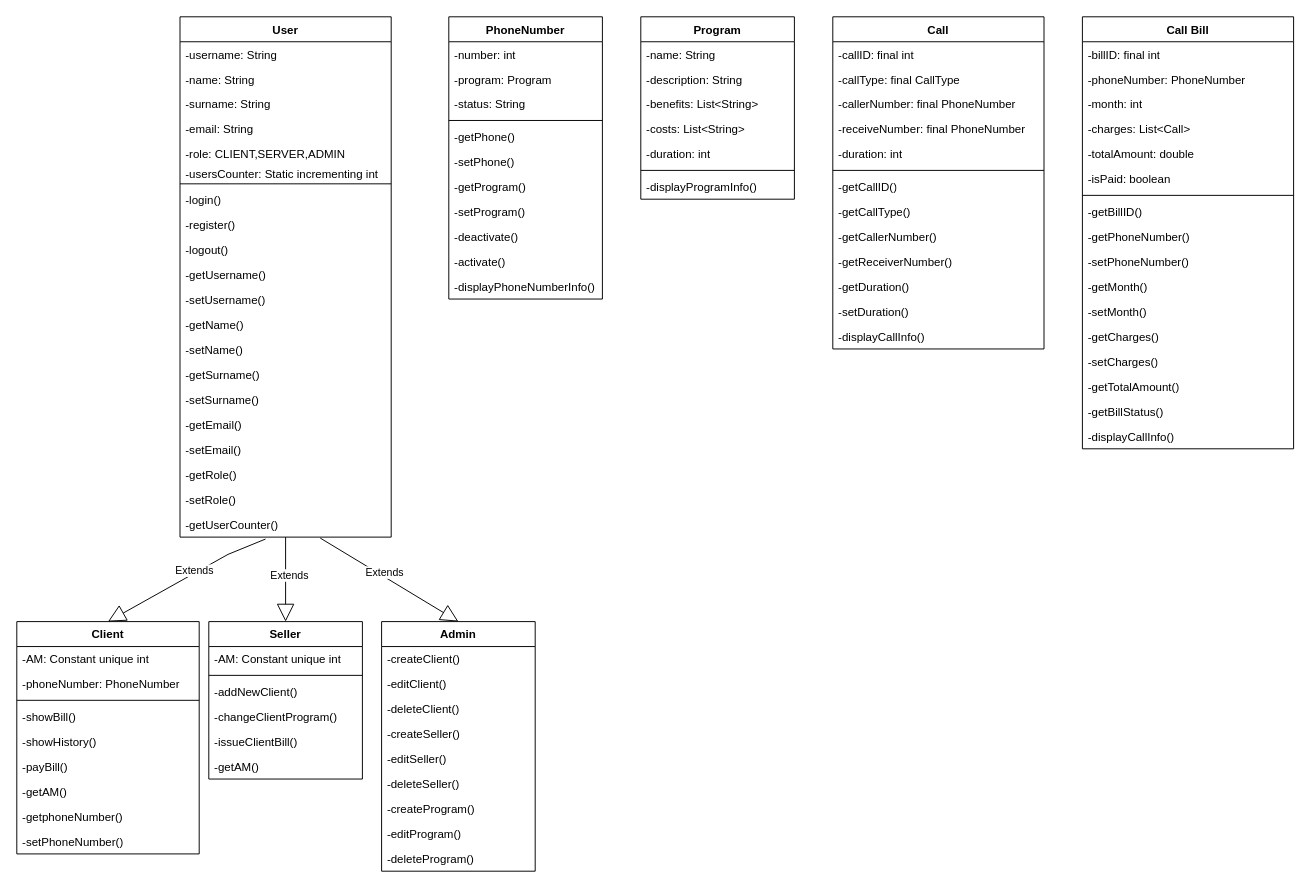
Above: Untitled Diagram.drawio in immabreakmyhead/java (draw.io), before the change. Source tidied: cells renumbered, new cells numbered last; positions are measured from the earlier drawing's top-left corner, leaving out a move shared by most shapes. Both pictures are drawn from the tidied source at 96%, with x=0, y=0 at pixel (16, 16).
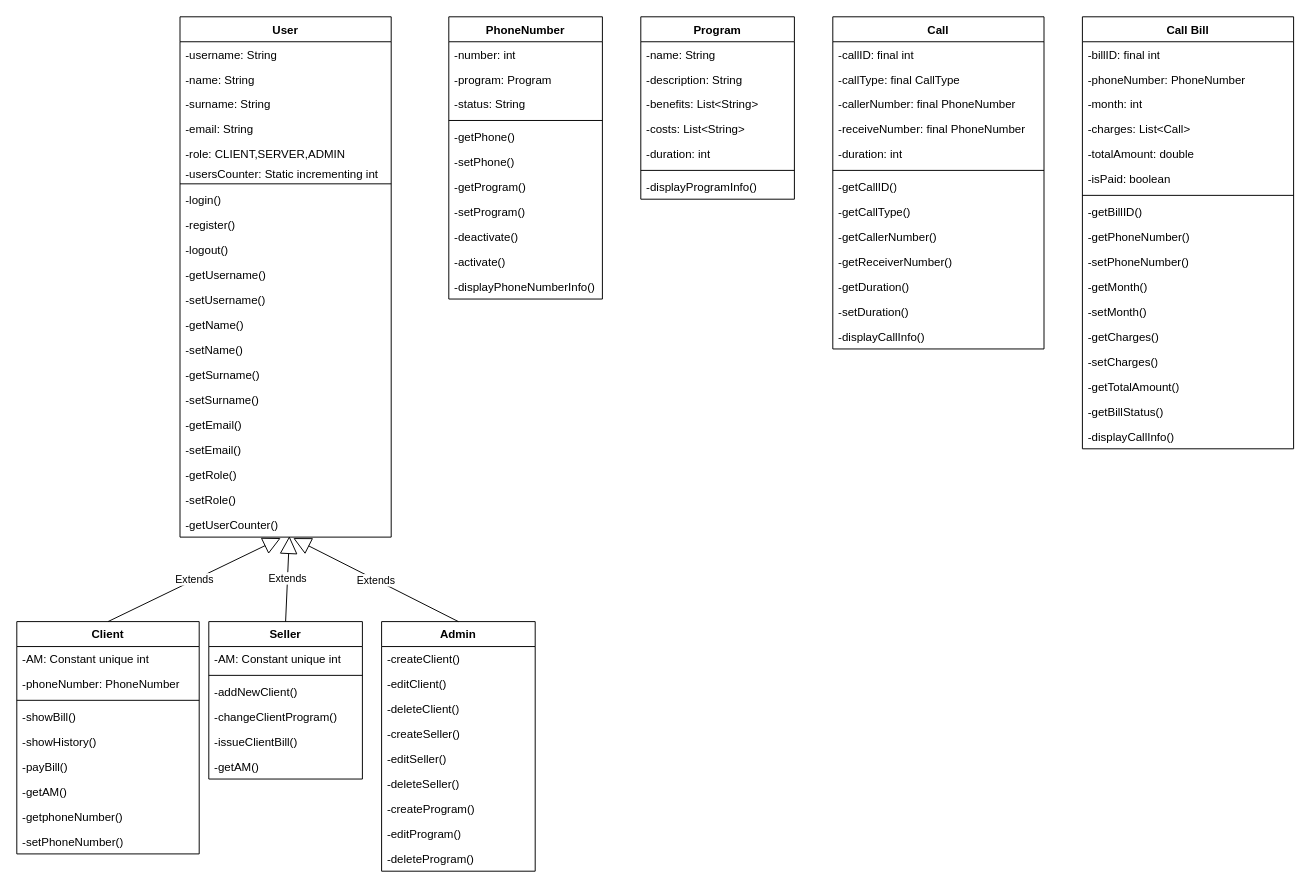
After the change.

The change refers to these unchanged cells:
```xml
<mxCell id="23" value="-getUserCounter()" style="text;strokeColor=none;fillColor=none;align=left;verticalAlign=top;spacingLeft=4;spacingRight=4;overflow=hidden;points=[[0,0.5],[1,0.5]];portConstraint=eastwest;whiteSpace=wrap;html=1;" parent="2" vertex="1">
  <mxGeometry y="516" width="220" height="26" as="geometry" />
</mxCell>
<mxCell id="24" value="Client" style="swimlane;fontStyle=1;align=center;verticalAlign=top;horizontal=1;startSize=26;whiteSpace=wrap;html=1;" parent="1" vertex="1">
  <mxGeometry y="630" width="190" height="242" as="geometry" />
</mxCell>
<mxCell id="35" value="Seller" style="swimlane;fontStyle=1;align=center;verticalAlign=top;horizontal=1;startSize=26;whiteSpace=wrap;html=1;" parent="1" vertex="1">
  <mxGeometry x="200" y="630" width="160" height="164" as="geometry" />
</mxCell>
<mxCell id="43" value="Admin" style="swimlane;fontStyle=1;align=center;verticalAlign=top;horizontal=1;startSize=26;whiteSpace=wrap;html=1;" parent="1" vertex="1">
  <mxGeometry x="380" y="630" width="160" height="260" as="geometry" />
</mxCell>
```

Change to the diagram source:
```diff
@@
-    <mxCell id="34" value="Extends" style="endArrow=block;endSize=16;endFill=0;html=1;rounded=0;entryX=0.5;entryY=0;entryDx=0;entryDy=0;exitX=0.405;exitY=1.077;exitDx=0;exitDy=0;exitPerimeter=0;" parent="1" edge="1" source="23" target="24">
-      <mxGeometry x="-0.13" y="-2" relative="1" as="geometry">
-        <Array as="points">
-          <mxPoint x="220" y="560" />
-        </Array>
-      </mxGeometry>
-    </mxCell>
@@
-    <mxCell id="42" value="Extends" style="endArrow=block;endSize=16;endFill=0;html=1;rounded=0;entryX=0.5;entryY=0;entryDx=0;entryDy=0;" parent="1" edge="1" source="23" target="35">
-      <mxGeometry x="-0.1" y="4" relative="1" as="geometry" />
-    </mxCell>
@@
-    <mxCell id="73" value="Extends" style="endArrow=block;endSize=16;endFill=0;html=1;rounded=0;entryX=0.5;entryY=0;entryDx=0;entryDy=0;exitX=0.664;exitY=1.038;exitDx=0;exitDy=0;exitPerimeter=0;" parent="1" edge="1" source="23" target="43">
-      <mxGeometry x="-0.1" y="4" relative="1" as="geometry" />
-    </mxCell>
@@
+    <mxCell id="106" value="Extends" style="endArrow=block;endSize=16;endFill=0;html=1;rounded=0;exitX=0.5;exitY=0;exitDx=0;exitDy=0;entryX=0.477;entryY=1.038;entryDx=0;entryDy=0;entryPerimeter=0;" parent="1" edge="1" source="24" target="23">
+      <mxGeometry relative="1" as="geometry" />
+    </mxCell>
+    <mxCell id="107" value="Extends" style="endArrow=block;endSize=16;endFill=0;html=1;rounded=0;exitX=0.5;exitY=0;exitDx=0;exitDy=0;entryX=0.518;entryY=0.962;entryDx=0;entryDy=0;entryPerimeter=0;" parent="1" edge="1" source="35" target="23">
+      <mxGeometry relative="1" as="geometry" />
+    </mxCell>
+    <mxCell id="108" value="Extends" style="endArrow=block;endSize=16;endFill=0;html=1;rounded=0;exitX=0.5;exitY=0;exitDx=0;exitDy=0;entryX=0.536;entryY=1.038;entryDx=0;entryDy=0;entryPerimeter=0;" parent="1" edge="1" source="43" target="23">
+      <mxGeometry relative="1" as="geometry" />
+    </mxCell>
```
